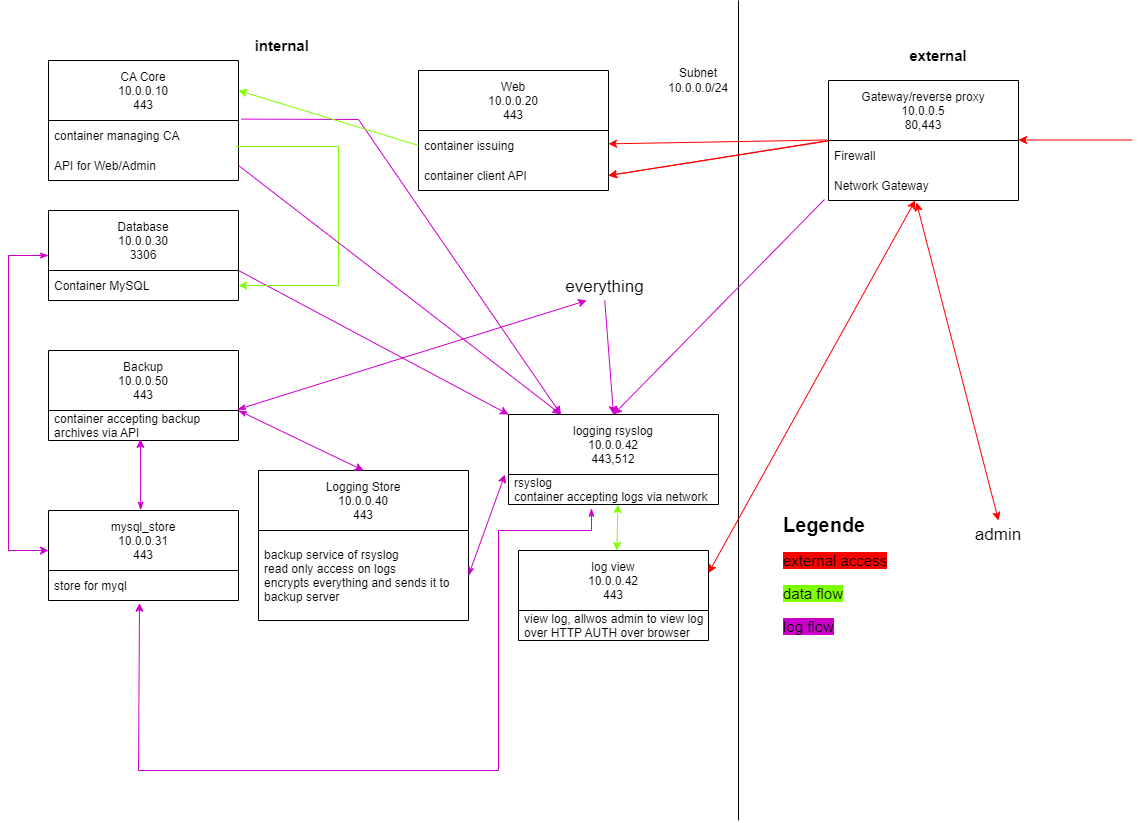
Above: network_as_lab_overview.png in tttttx2/ETH_AppliedSecurityLab (draw.io), before the change. Source tidied: cells renumbered, new cells last; positions are measured from the earlier drawing's top-left corner, leaving out a move shared by most shapes.
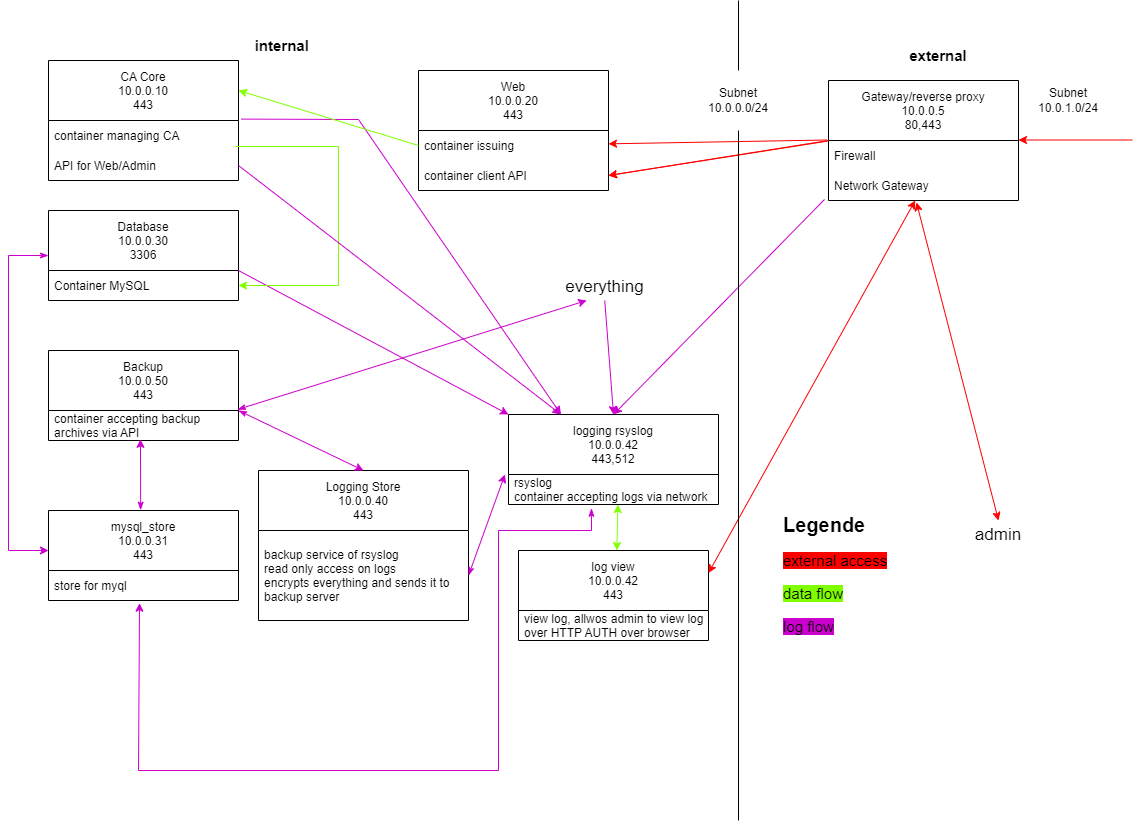
Above is the later version.

Change to the diagram source:
```diff
@@ -11,9 +11,8 @@
     <mxCell id="4" value="container client API" style="text;strokeColor=none;fillColor=none;align=left;verticalAlign=middle;spacingLeft=4;spacingRight=4;overflow=hidden;points=[[0,0.5],[1,0.5]];portConstraint=eastwest;" parent="2" vertex="1">
       <mxGeometry y="90" width="190" height="30" as="geometry" />
     </mxCell>
-    <mxCell id="5" style="endArrow=none;html=1;rounded=0;" parent="1" edge="1">
+    <mxCell id="5" style="endArrow=none;html=1;rounded=0;startArrow=none;" parent="1" edge="1" source="18">
       <mxGeometry relative="1" as="geometry">
-        <mxPoint x="730" y="820" as="sourcePoint" />
         <mxPoint x="730" as="targetPoint" />
       </mxGeometry>
     </mxCell>
@@ -53,9 +52,6 @@
     <mxCell id="17" value="API for Web/Admin" style="text;strokeColor=none;fillColor=none;align=left;verticalAlign=middle;spacingLeft=4;spacingRight=4;overflow=hidden;points=[[0,0.5],[1,0.5]];portConstraint=eastwest;" parent="15" vertex="1">
       <mxGeometry y="90" width="190" height="30" as="geometry" />
     </mxCell>
-    <mxCell id="18" value="Subnet 10.0.0.0/24" style="text;html=1;strokeColor=none;fillColor=none;align=center;verticalAlign=middle;whiteSpace=wrap;rounded=0;" parent="1" vertex="1">
-      <mxGeometry x="660" y="50" width="60" height="60" as="geometry" />
-    </mxCell>
     <mxCell id="19" value="Backup&#10;10.0.0.50&#10;443" style="swimlane;fontStyle=0;horizontal=1;startSize=60;" parent="1" vertex="1">
       <mxGeometry x="40" y="350" width="190" height="90" as="geometry" />
     </mxCell>
@@ -184,5 +180,16 @@
     <mxCell id="49" style="endArrow=classic;html=1;rounded=0;labelBackgroundColor=#FF0000;labelBorderColor=#FF0000;fontSize=20;fontColor=#FF3333;strokeColor=#CC00CC;startArrow=classicThin;startFill=1;entryX=0.484;entryY=0.962;entryDx=0;entryDy=0;entryPerimeter=0;exitX=0.485;exitY=-0.003;exitDx=0;exitDy=0;exitPerimeter=0;" parent="1" edge="1" source="45" target="20">
       <mxGeometry relative="1" as="geometry" />
     </mxCell>
+    <mxCell id="50" value="Subnet 10.0.1.0/24" style="text;html=1;strokeColor=none;fillColor=none;align=center;verticalAlign=middle;whiteSpace=wrap;rounded=0;" parent="1" vertex="1">
+      <mxGeometry x="1030" y="70" width="60" height="60" as="geometry" />
+    </mxCell>
+    <mxCell id="18" value="Subnet 10.0.0.0/24" style="text;html=1;strokeColor=none;fillColor=none;align=center;verticalAlign=middle;whiteSpace=wrap;rounded=0;" parent="1" vertex="1">
+      <mxGeometry x="700" y="70" width="60" height="60" as="geometry" />
+    </mxCell>
+    <mxCell id="51" style="endArrow=none;html=1;rounded=0;" parent="1" edge="1" target="18">
+      <mxGeometry relative="1" as="geometry">
+        <mxPoint x="730" y="820" as="sourcePoint" />
+      </mxGeometry>
+    </mxCell>
   </root>
 </mxGraphModel>
```
